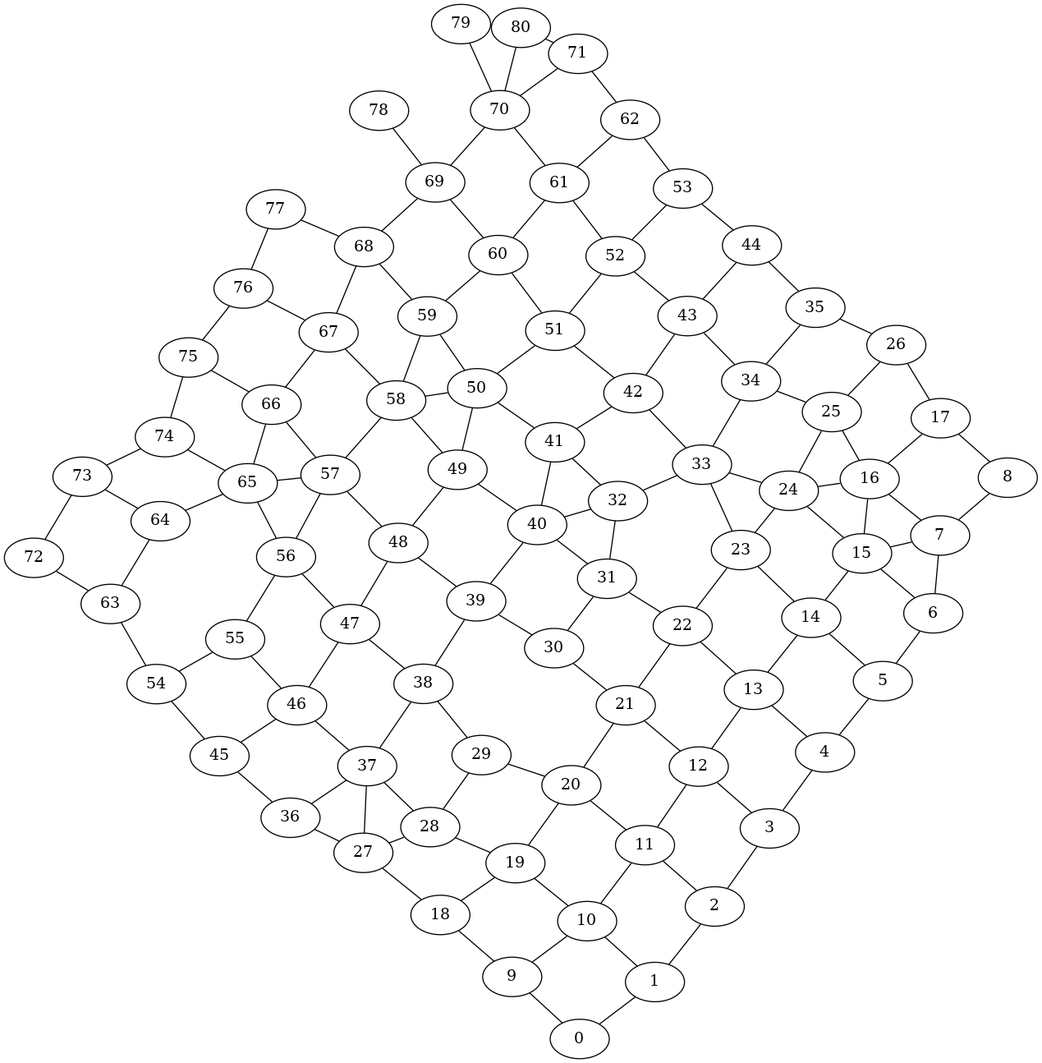
lorenzorizzi17/urban_network keeps this Graphviz diagram as fig/graph.png. Above is the earlier version. Its source is kept beside it as fig/graph.dot.
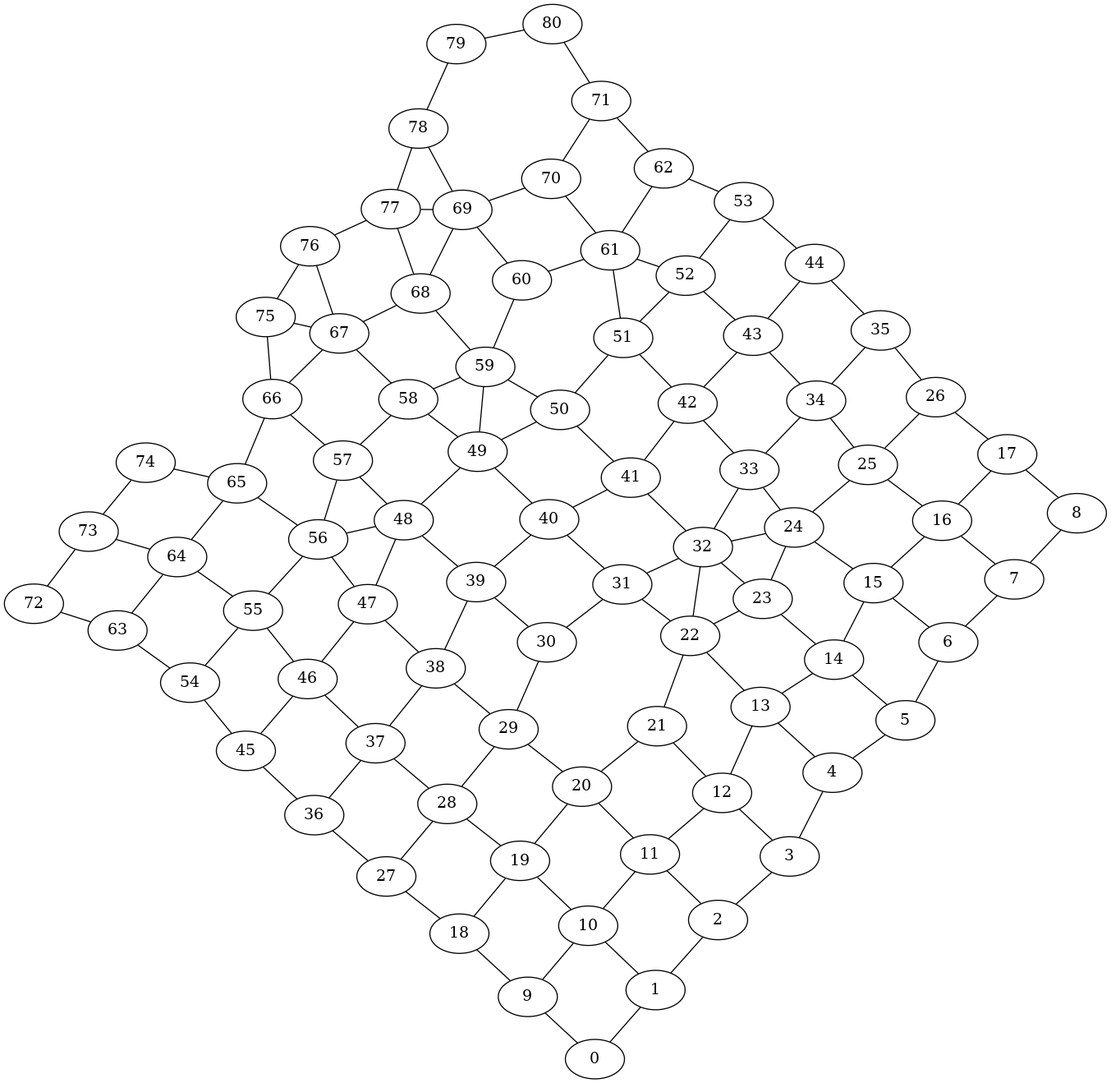
After the commit.

The edit, as a diff of the source:
```diff
@@ -120,10 +120,10 @@
 19--20 ;
 20--29 ;
 20--21 ;
-21--30 ;
 21--22 ;
 22--31 ;
 22--23 ;
+23--32 ;
 23--24 ;
 24--33 ;
 24--25 ;
@@ -135,6 +135,7 @@
 28--37 ;
 28--29 ;
 29--38 ;
+29--30 ;
 30--39 ;
 30--31 ;
 31--40 ;
@@ -175,13 +176,13 @@
 49--50 ;
 50--59 ;
 50--51 ;
-51--60 ;
 51--52 ;
 52--61 ;
 52--53 ;
 53--62 ;
 54--55 ;
 54--63 ;
+55--64 ;
 55--56 ;
 56--65 ;
 56--57 ;
@@ -210,21 +211,20 @@
 68--69 ;
 69--78 ;
 69--70 ;
-70--79 ;
 70--71 ;
 71--80 ;
 72--73 ;
 73--74 ;
-74--75 ;
 75--76 ;
 76--77 ;
+77--78 ;
+78--79 ;
 79--80 ;
-33--23 ;
-15--7 ;
-32--40 ;
-65--57 ;
-37--27 ;
-24--16 ;
-50--58 ;
-70--80 ;
+51--61 ;
+32--22 ;
+67--75 ;
+32--24 ;
+59--49 ;
+56--48 ;
+69--77 ;
 }
```
